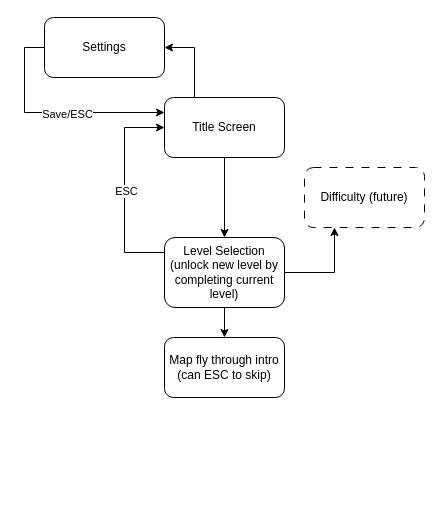
Earlier version of the draw.io diagram Untitled Diagram.drawio (songjian0127/HTML-). Source tidied: cells renumbered, new cells numbered last; positions are measured from the earlier drawing's top-left corner, leaving out a move shared by most shapes. Both pictures are drawn from the tidied source at 100%, with x=0, y=0 at pixel (44, 17).
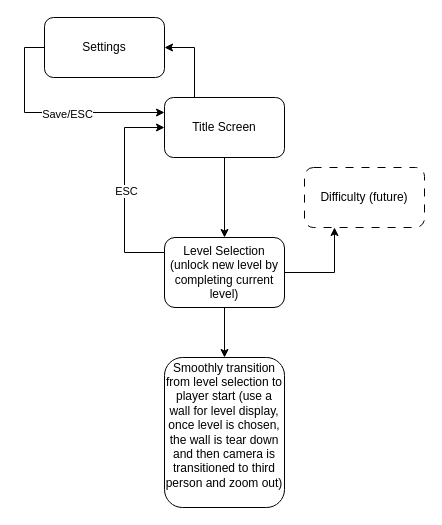
Above is the later version.

What changed in the source:
```diff
@@
 <mxGraphModel>
   <root>
     <mxCell id="0" />
     <mxCell id="1" parent="0" />
     <mxCell id="2" style="edgeStyle=orthogonalEdgeStyle;rounded=0;jettySize=auto;html=1;entryX=1;entryY=0.5;entryDx=0;entryDy=0;exitX=0.25;exitY=0;exitDx=0;exitDy=0;" parent="1" edge="1" source="4" target="7">
       <mxGeometry relative="1" as="geometry" />
     </mxCell>
     <mxCell id="3" style="edgeStyle=orthogonalEdgeStyle;rounded=0;jettySize=auto;html=1;" parent="1" edge="1" source="4" target="12">
       <mxGeometry relative="1" as="geometry" />
     </mxCell>
     <mxCell id="4" value="Title Screen" style="rounded=1;whiteSpace=wrap;html=1;" parent="1" vertex="1">
       <mxGeometry x="120" y="80" width="120" height="60" as="geometry" />
     </mxCell>
     <mxCell id="5" style="edgeStyle=orthogonalEdgeStyle;rounded=0;jettySize=auto;html=1;exitX=0;exitY=0.5;exitDx=0;exitDy=0;entryX=0;entryY=0.25;entryDx=0;entryDy=0;" parent="1" edge="1" source="7" target="4">
       <mxGeometry relative="1" as="geometry" />
     </mxCell>
     <mxCell id="6" value="Save/ESC" style="edgeLabel;html=1;align=center;verticalAlign=middle;" parent="5" vertex="1">
       <mxGeometry x="0.13" y="-1" relative="1" as="geometry" />
     </mxCell>
     <mxCell id="7" value="Settings" style="rounded=1;whiteSpace=wrap;html=1;" parent="1" vertex="1">
       <mxGeometry width="120" height="60" as="geometry" />
     </mxCell>
     <mxCell id="8" style="edgeStyle=orthogonalEdgeStyle;rounded=0;jettySize=auto;html=1;entryX=0;entryY=0.5;entryDx=0;entryDy=0;exitX=0;exitY=0.25;exitDx=0;exitDy=0;" parent="1" edge="1" source="12" target="4">
       <mxGeometry relative="1" as="geometry">
         <Array as="points">
           <mxPoint x="80" y="235" />
           <mxPoint x="80" y="110" />
         </Array>
       </mxGeometry>
     </mxCell>
     <mxCell id="9" value="ESC" style="edgeLabel;html=1;align=center;verticalAlign=middle;" parent="8" vertex="1">
       <mxGeometry y="-1" relative="1" as="geometry" />
     </mxCell>
     <mxCell id="10" style="edgeStyle=orthogonalEdgeStyle;rounded=0;jettySize=auto;html=1;entryX=0.25;entryY=1;entryDx=0;entryDy=0;" parent="1" edge="1" source="12" target="13">
       <mxGeometry relative="1" as="geometry" />
     </mxCell>
-    <mxCell id="11" style="edgeStyle=orthogonalEdgeStyle;rounded=0;jettySize=auto;html=1;" parent="1" edge="1" source="12" target="14">
-      <mxGeometry relative="1" as="geometry" />
-    </mxCell>
+    <mxCell id="15" style="edgeStyle=orthogonalEdgeStyle;rounded=0;jettySize=auto;html=1;exitX=0.5;exitY=1;exitDx=0;exitDy=0;" parent="1" edge="1" source="12" target="16">
+      <mxGeometry relative="1" as="geometry" />
+    </mxCell>
     <mxCell id="12" value="Level Selection&lt;br&gt;(unlock new level by completing current level)" style="rounded=1;whiteSpace=wrap;html=1;" parent="1" vertex="1">
       <mxGeometry x="120" y="220" width="120" height="70" as="geometry" />
     </mxCell>
     <mxCell id="13" value="Difficulty (future)" style="rounded=1;whiteSpace=wrap;html=1;fillColor=default;dashed=1;dashPattern=8 8;" parent="1" vertex="1">
       <mxGeometry x="260" y="150" width="120" height="60" as="geometry" />
     </mxCell>
-    <mxCell id="14" value="Map fly through intro&lt;br&gt;(can ESC to skip)" style="whiteSpace=wrap;html=1;rounded=1;" parent="1" vertex="1">
-      <mxGeometry x="120" y="320" width="120" height="60" as="geometry" />
-    </mxCell>
+    <mxCell id="16" value="Smoothly transition from level selection to player start (use a wall for level display, once level is chosen, the wall is tear down and then camera is transitioned to third person and zoom out)&lt;div&gt;&lt;br&gt;&lt;/div&gt;" style="whiteSpace=wrap;html=1;rounded=1;" parent="1" vertex="1">
+      <mxGeometry x="120" y="340" width="120" height="150" as="geometry" />
+    </mxCell>
   </root>
 </mxGraphModel>
```
